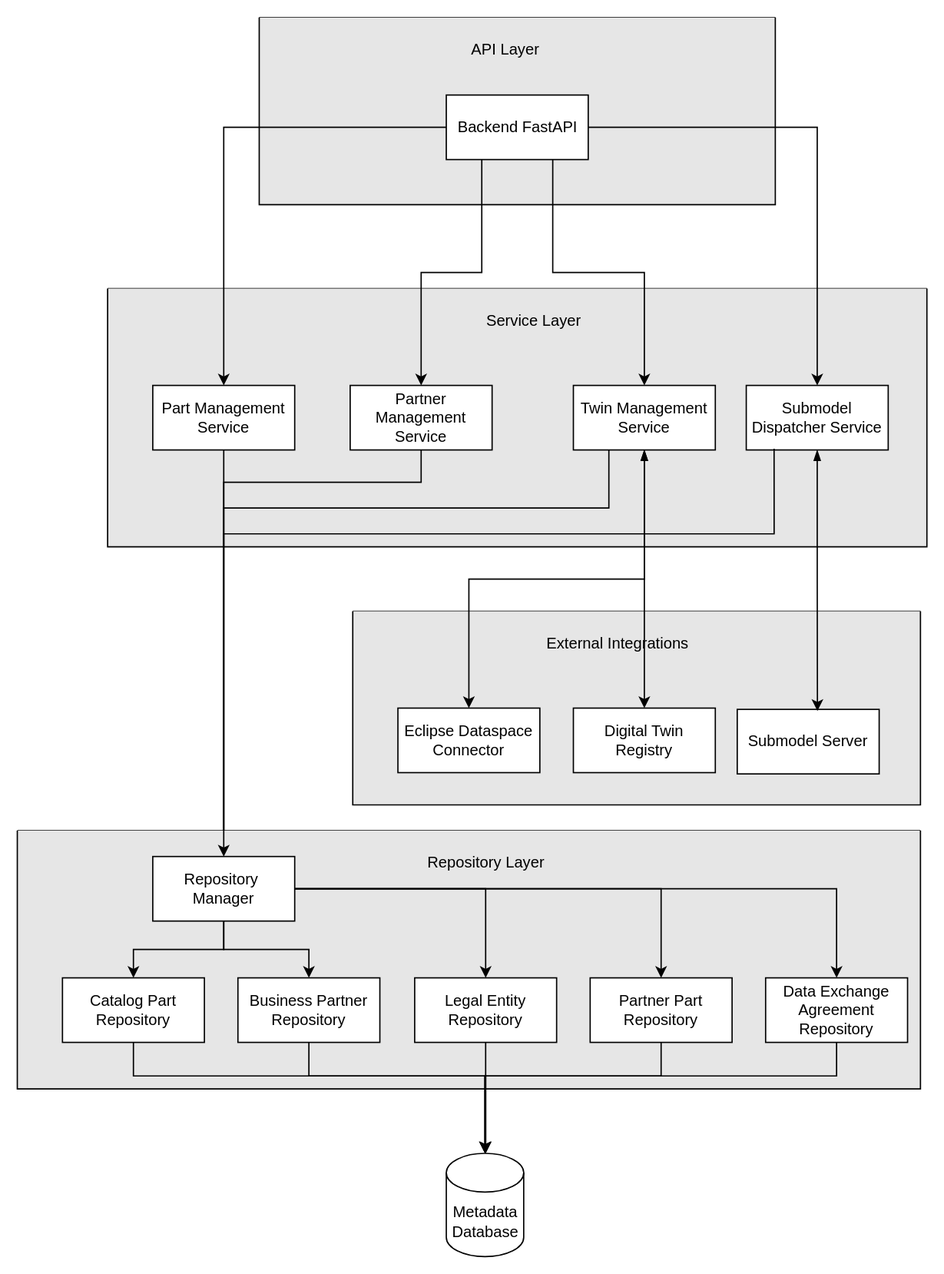
The draw.io diagram docs/architecture/media/ICH_BackendStructure.svg in eclipse-tractusx/industry-core-hub, before a commit. Source tidied: cells renumbered, new cells last; positions are measured from the earlier drawing's top-left corner, leaving out a move shared by most shapes.
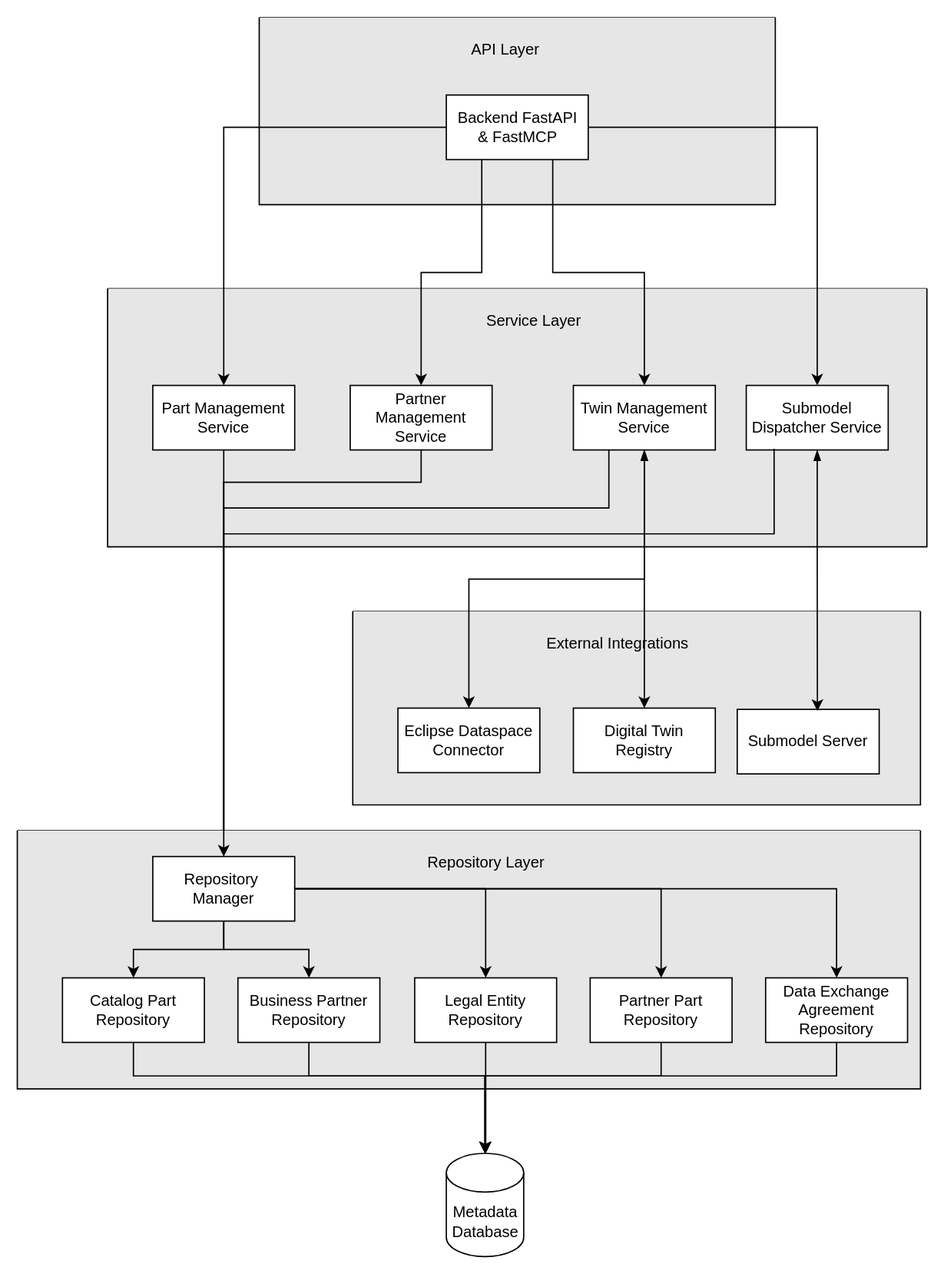
After the commit.

The edit, as a diff of the source:
```diff
@@ -8,7 +8,7 @@
     <mxCell id="3" value="API Layer" style="text;html=1;align=center;verticalAlign=middle;strokeColor=none;fillColor=none;" parent="2" vertex="1">
       <mxGeometry x="150.5" y="10" width="80" height="30" as="geometry" />
     </mxCell>
-    <mxCell id="4" value="Backend FastAPI" style="html=1;whiteSpace=wrap;" parent="1" vertex="1">
+    <mxCell id="4" value="Backend FastAPI&lt;br&gt;&amp;amp; FastMCP" style="html=1;whiteSpace=wrap;" parent="1" vertex="1">
       <mxGeometry x="332.5" y="60" width="110" height="50" as="geometry" />
     </mxCell>
     <mxCell id="5" style="swimlane;startSize=0;fillColor=#B3B3B3;gradientColor=none;swimlaneFillColor=#E6E6E6;" parent="1" vertex="1">
```
